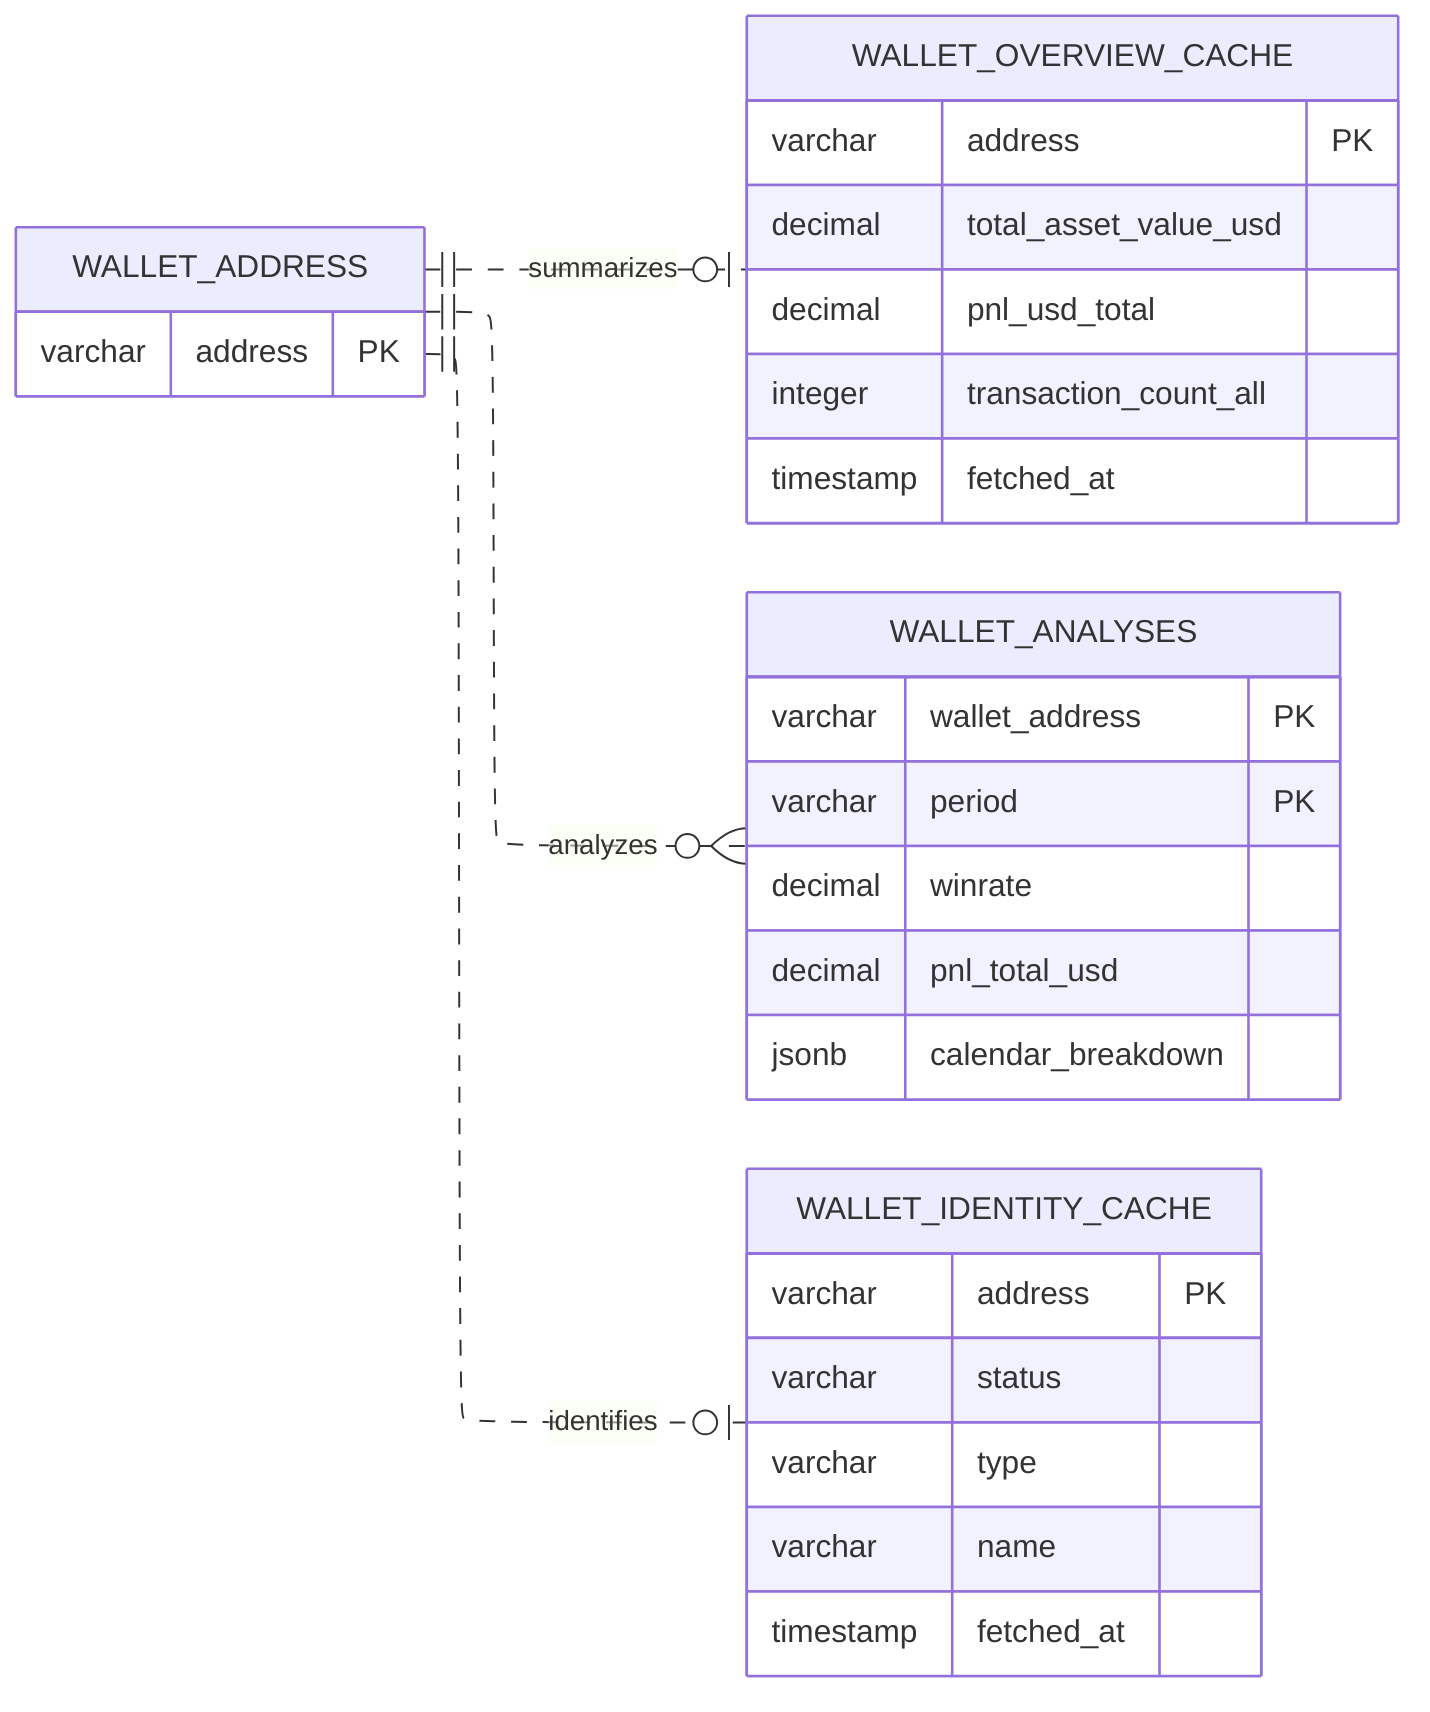
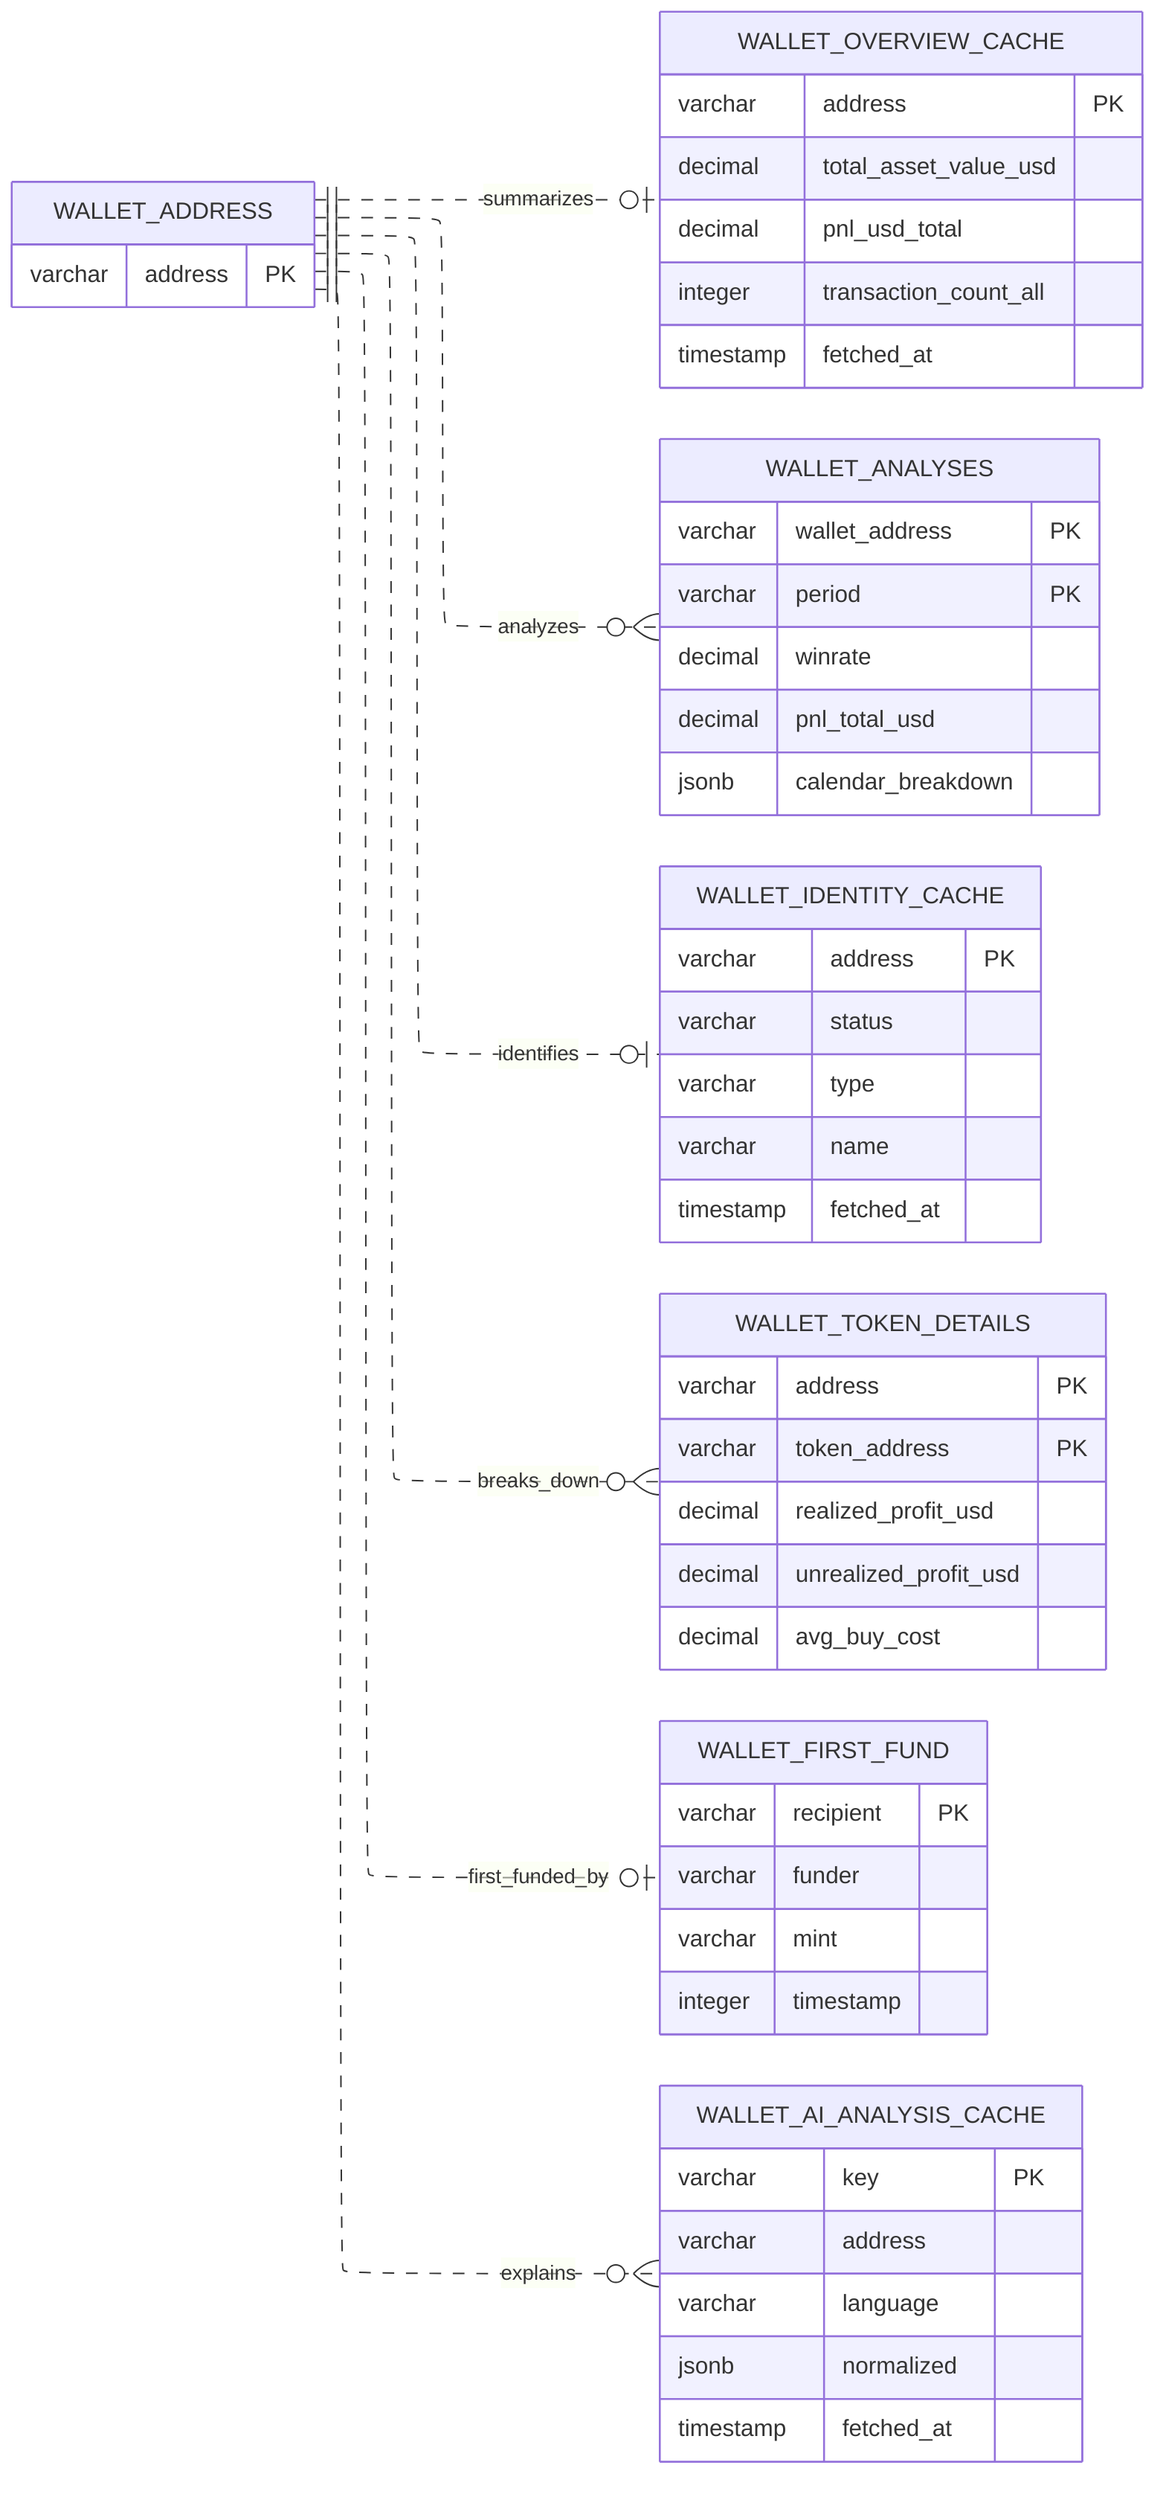
---
config:
  layout: elk
---
erDiagram
    direction LR

    WALLET_ADDRESS {
        varchar address PK
    }
    WALLET_OVERVIEW_CACHE {
        varchar address PK
        decimal total_asset_value_usd
        decimal pnl_usd_total
        integer transaction_count_all
        timestamp fetched_at
    }
    WALLET_ANALYSES {
        varchar wallet_address PK
        varchar period PK
        decimal winrate
        decimal pnl_total_usd
        jsonb calendar_breakdown
    }
    WALLET_IDENTITY_CACHE {
        varchar address PK
        varchar status
        varchar type
        varchar name
        timestamp fetched_at
    }
+     WALLET_TOKEN_DETAILS {
+         varchar address PK
+         varchar token_address PK
+         decimal realized_profit_usd
+         decimal unrealized_profit_usd
+         decimal avg_buy_cost
+     }
+     WALLET_FIRST_FUND {
+         varchar recipient PK
+         varchar funder
+         varchar mint
+         integer timestamp
+     }
+     WALLET_AI_ANALYSIS_CACHE {
+         varchar key PK
+         varchar address
+         varchar language
+         jsonb normalized
+         timestamp fetched_at
+     }

    WALLET_ADDRESS ||..o| WALLET_OVERVIEW_CACHE : summarizes
    WALLET_ADDRESS ||..o{ WALLET_ANALYSES : analyzes
    WALLET_ADDRESS ||..o| WALLET_IDENTITY_CACHE : identifies
+     WALLET_ADDRESS ||..o{ WALLET_TOKEN_DETAILS : breaks_down
+     WALLET_ADDRESS ||..o| WALLET_FIRST_FUND : first_funded_by
+     WALLET_ADDRESS ||..o{ WALLET_AI_ANALYSIS_CACHE : explains
